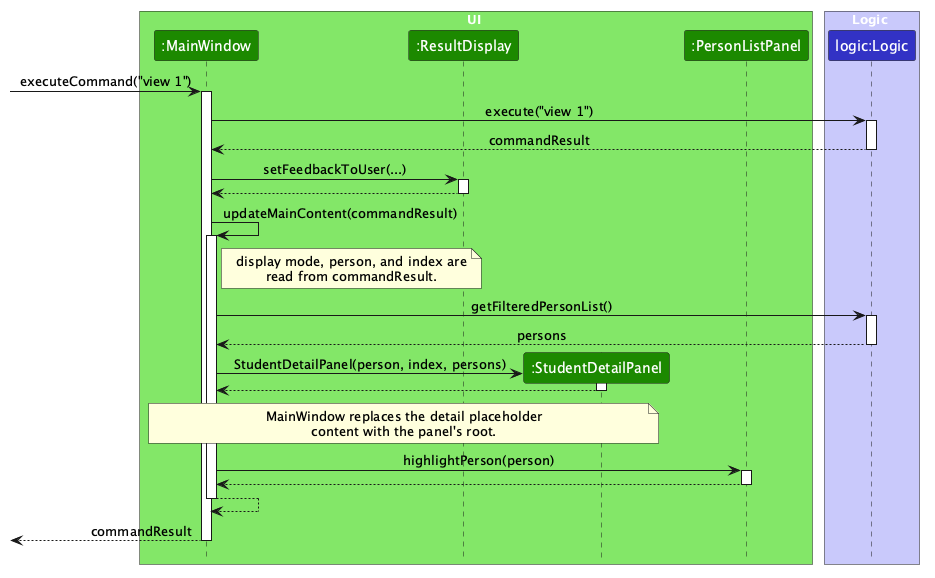
Above: docs/images/ViewStudentDetailSequenceDiagram.png in ethanlaiii/tp (PlantUML), before the change. The source it was exported from:
```plantuml
@startuml
!include style.puml
skinparam ArrowFontStyle plain

box UI UI_COLOR_T1
participant ":MainWindow" as MainWindow UI_COLOR
participant ":ResultDisplay" as ResultDisplay UI_COLOR
participant ":StudentDetailPanel" as StudentDetailPanel UI_COLOR
participant ":PersonListPanel" as PersonListPanel UI_COLOR
end box

box Logic LOGIC_COLOR_T1
participant "logic:Logic" as Logic LOGIC_COLOR
end box

[-> MainWindow : executeCommand("view 1")
activate MainWindow

MainWindow -> Logic : execute("view 1")
activate Logic
Logic --> MainWindow : commandResult
deactivate Logic

MainWindow -> ResultDisplay : setFeedbackToUser(...)
activate ResultDisplay
ResultDisplay --> MainWindow
deactivate ResultDisplay

MainWindow -> MainWindow : updateMainContent(commandResult)
activate MainWindow

note right of MainWindow
display mode, person, and index are
read from commandResult.
end note

MainWindow -> Logic : getFilteredPersonList()
activate Logic
Logic --> MainWindow : persons
deactivate Logic

create StudentDetailPanel
MainWindow -> StudentDetailPanel : StudentDetailPanel(person, index, persons)
activate StudentDetailPanel
StudentDetailPanel --> MainWindow
deactivate StudentDetailPanel

note over MainWindow, StudentDetailPanel
MainWindow replaces the detail placeholder
content with the panel's root.
end note

MainWindow -> PersonListPanel : highlightPerson(person)
activate PersonListPanel
PersonListPanel --> MainWindow
deactivate PersonListPanel

MainWindow --> MainWindow
deactivate MainWindow

[<-- MainWindow : commandResult
deactivate MainWindow
@enduml
```
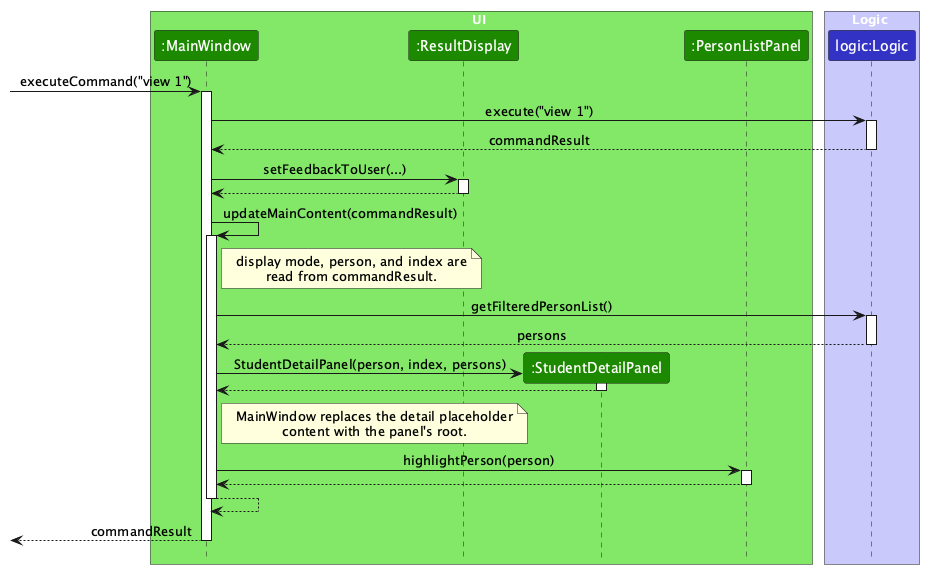
Later version of the same file.

Commit message:
DG: Address UML review comments

Diff of the diagram source:
```diff
@@ -45,7 +45,7 @@
 StudentDetailPanel --> MainWindow
 deactivate StudentDetailPanel
 
-note over MainWindow, StudentDetailPanel
+note right of MainWindow
 MainWindow replaces the detail placeholder
 content with the panel's root.
 end note
```
